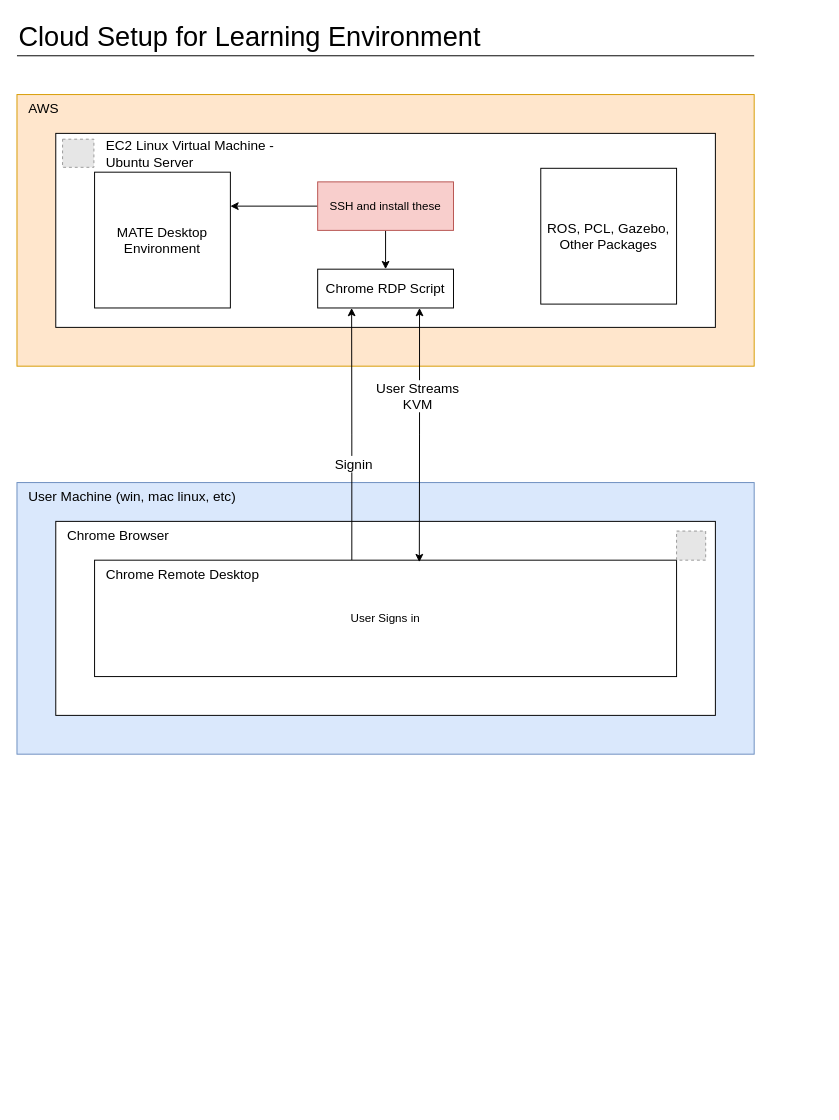
This is Diagrams/cloud_setup.drawio from AM1010101/lidar_integrators_course, a draw.io file, before an edit. Source tidied: cells renumbered, new cells numbered last; positions are measured from the earlier drawing's top-left corner, leaving out a move shared by most shapes. Both pictures are drawn from the tidied source at 97%, with x=0, y=0 at pixel (16, 16). Pictures stored in the file or linked from it are replaced by grey dashed boxes.
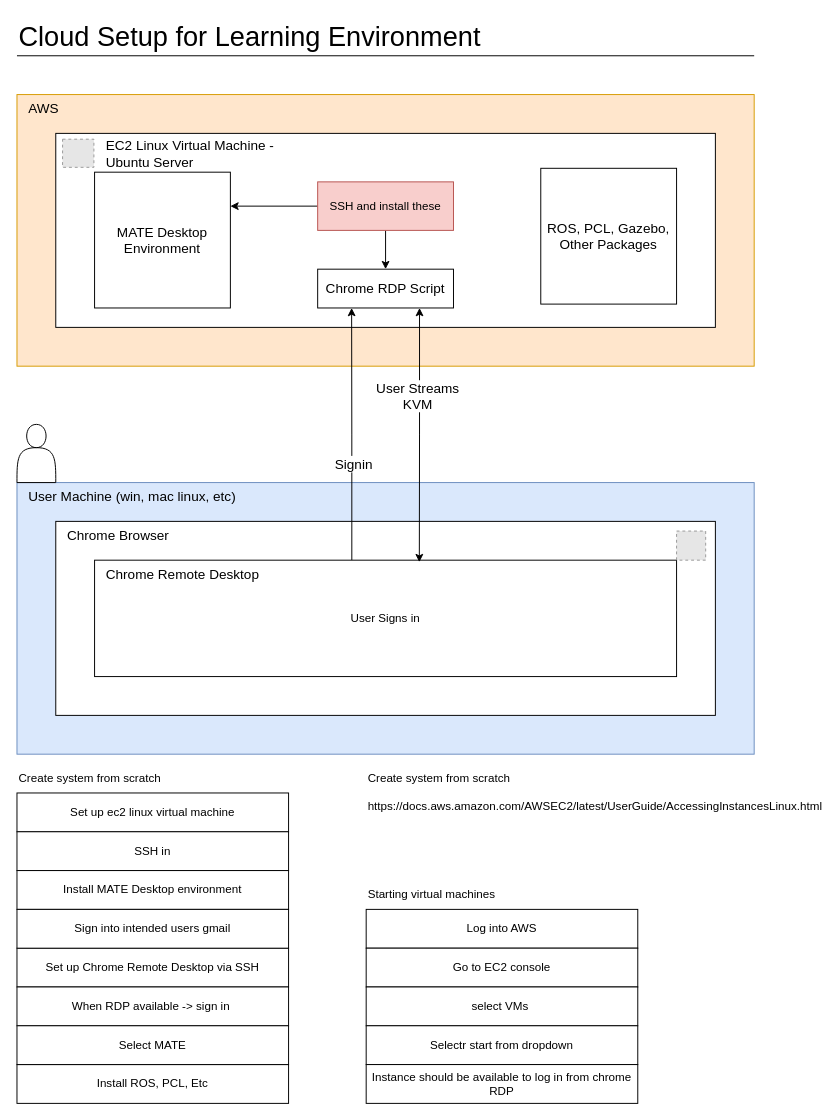
The same page after the edit.

Diff of the diagram source:
```diff
@@
+    <mxCell id="26" style="shape=actor;whiteSpace=wrap;html=1;" parent="1" vertex="1">
+      <mxGeometry y="420" width="40" height="60" as="geometry" />
+    </mxCell>
+    <mxCell id="27" value="Set up ec2 linux virtual machine" style="rounded=0;whiteSpace=wrap;html=1;" parent="1" vertex="1">
+      <mxGeometry y="800" width="280" height="40" as="geometry" />
+    </mxCell>
+    <mxCell id="28" value="Create system from scratch" style="text;html=1;strokeColor=none;fillColor=none;align=left;verticalAlign=middle;whiteSpace=wrap;rounded=0;" parent="1" vertex="1">
+      <mxGeometry y="770" width="160" height="30" as="geometry" />
+    </mxCell>
+    <mxCell id="29" value="SSH in" style="rounded=0;whiteSpace=wrap;html=1;" parent="1" vertex="1">
+      <mxGeometry y="840" width="280" height="40" as="geometry" />
+    </mxCell>
+    <mxCell id="30" value="Install MATE Desktop environment" style="rounded=0;whiteSpace=wrap;html=1;" parent="1" vertex="1">
+      <mxGeometry y="880" width="280" height="40" as="geometry" />
+    </mxCell>
+    <mxCell id="31" value="Set up Chrome Remote Desktop via SSH" style="rounded=0;whiteSpace=wrap;html=1;" parent="1" vertex="1">
+      <mxGeometry y="960" width="280" height="40" as="geometry" />
+    </mxCell>
+    <mxCell id="32" value="When RDP available -&amp;gt; sign in&amp;nbsp;" style="rounded=0;whiteSpace=wrap;html=1;" parent="1" vertex="1">
+      <mxGeometry y="1000" width="280" height="40" as="geometry" />
+    </mxCell>
+    <mxCell id="33" value="Install ROS, PCL, Etc" style="rounded=0;whiteSpace=wrap;html=1;" parent="1" vertex="1">
+      <mxGeometry y="1080" width="280" height="40" as="geometry" />
+    </mxCell>
+    <mxCell id="34" value="Select MATE" style="rounded=0;whiteSpace=wrap;html=1;" parent="1" vertex="1">
+      <mxGeometry y="1040" width="280" height="40" as="geometry" />
+    </mxCell>
+    <mxCell id="35" value="Starting virtual machines" style="text;html=1;strokeColor=none;fillColor=none;align=left;verticalAlign=middle;whiteSpace=wrap;rounded=0;" parent="1" vertex="1">
+      <mxGeometry x="360" y="890" width="160" height="30" as="geometry" />
+    </mxCell>
+    <mxCell id="36" value="Log into AWS" style="rounded=0;whiteSpace=wrap;html=1;" parent="1" vertex="1">
+      <mxGeometry x="360" y="920" width="280" height="40" as="geometry" />
+    </mxCell>
+    <mxCell id="37" value="Go to EC2 console" style="rounded=0;whiteSpace=wrap;html=1;" parent="1" vertex="1">
+      <mxGeometry x="360" y="960" width="280" height="40" as="geometry" />
+    </mxCell>
+    <mxCell id="38" value="select VMs&amp;nbsp;" style="rounded=0;whiteSpace=wrap;html=1;" parent="1" vertex="1">
+      <mxGeometry x="360" y="1000" width="280" height="40" as="geometry" />
+    </mxCell>
+    <mxCell id="39" value="Selectr start from dropdown" style="rounded=0;whiteSpace=wrap;html=1;" parent="1" vertex="1">
+      <mxGeometry x="360" y="1040" width="280" height="40" as="geometry" />
+    </mxCell>
+    <mxCell id="40" value="Sign into intended users gmail" style="rounded=0;whiteSpace=wrap;html=1;" parent="1" vertex="1">
+      <mxGeometry y="920" width="280" height="40" as="geometry" />
+    </mxCell>
+    <mxCell id="41" value="Instance should be available to log in from chrome RDP" style="rounded=0;whiteSpace=wrap;html=1;" parent="1" vertex="1">
+      <mxGeometry x="360" y="1080" width="280" height="40" as="geometry" />
+    </mxCell>
+    <mxCell id="42" value="https://docs.aws.amazon.com/AWSEC2/latest/UserGuide/AccessingInstancesLinux.html" style="text;whiteSpace=wrap;html=1;" parent="1" vertex="1">
+      <mxGeometry x="360" y="800" width="280" height="60" as="geometry" />
+    </mxCell>
+    <mxCell id="43" value="Create system from scratch" style="text;html=1;strokeColor=none;fillColor=none;align=left;verticalAlign=middle;whiteSpace=wrap;rounded=0;" parent="1" vertex="1">
+      <mxGeometry x="360" y="770" width="160" height="30" as="geometry" />
+    </mxCell>
```
